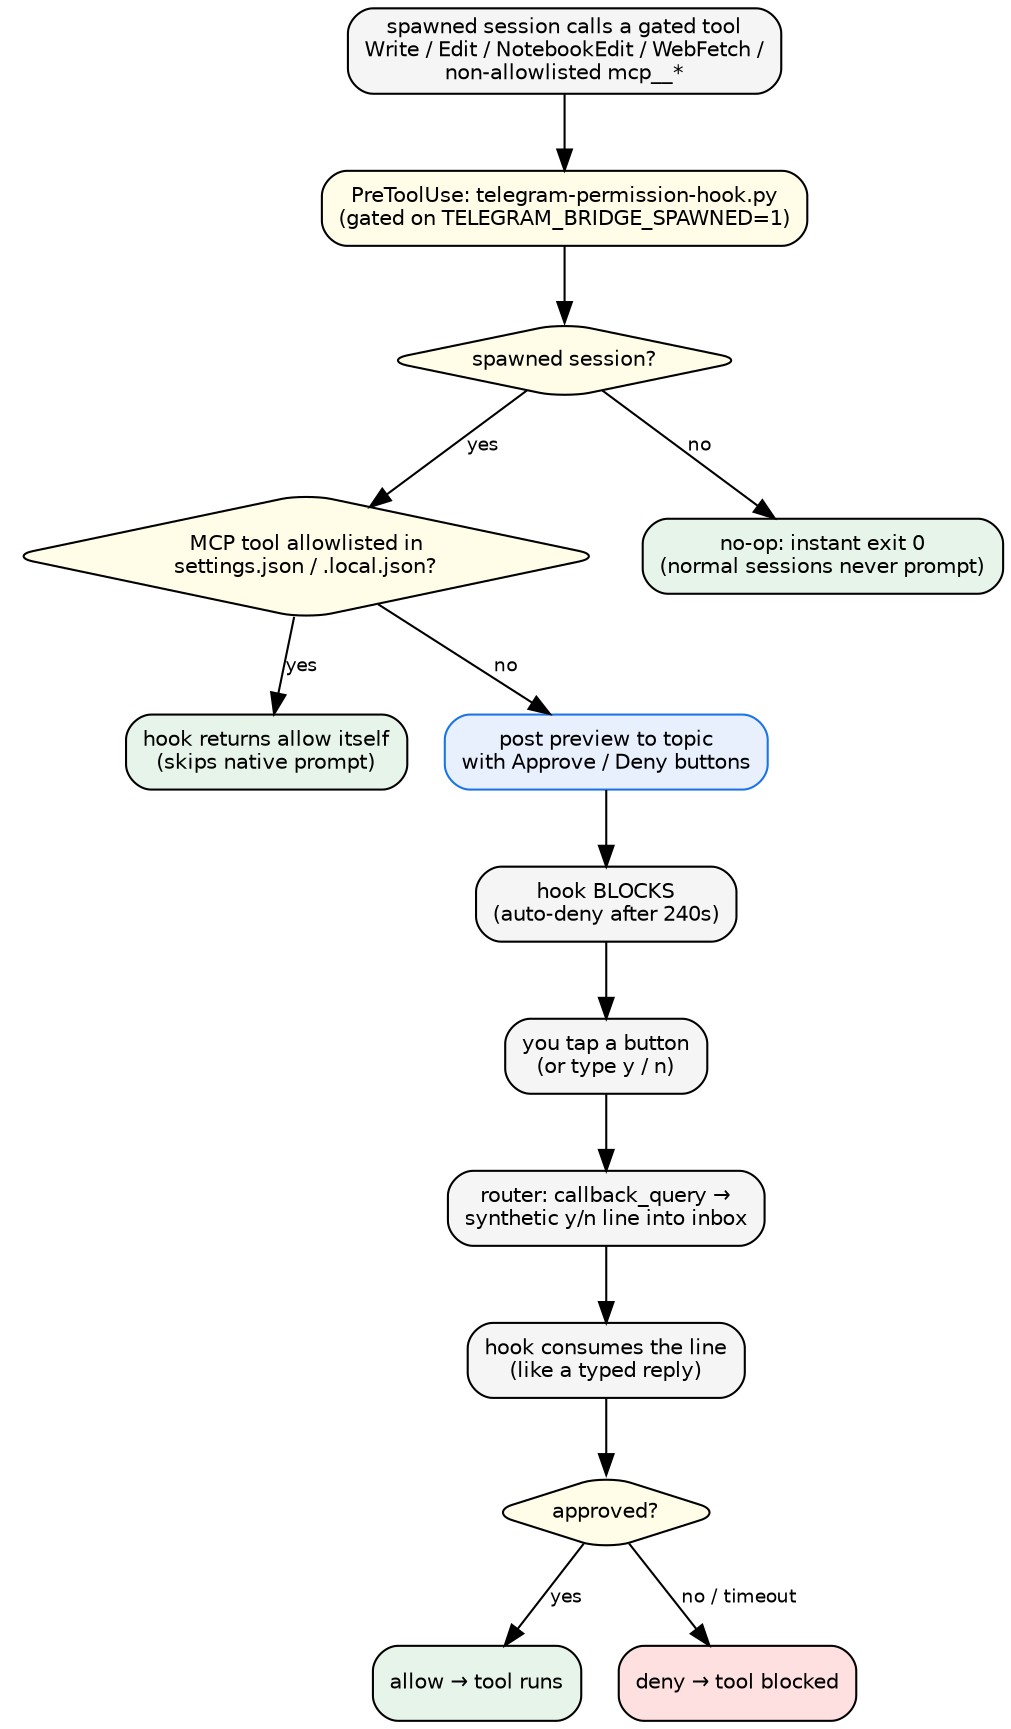
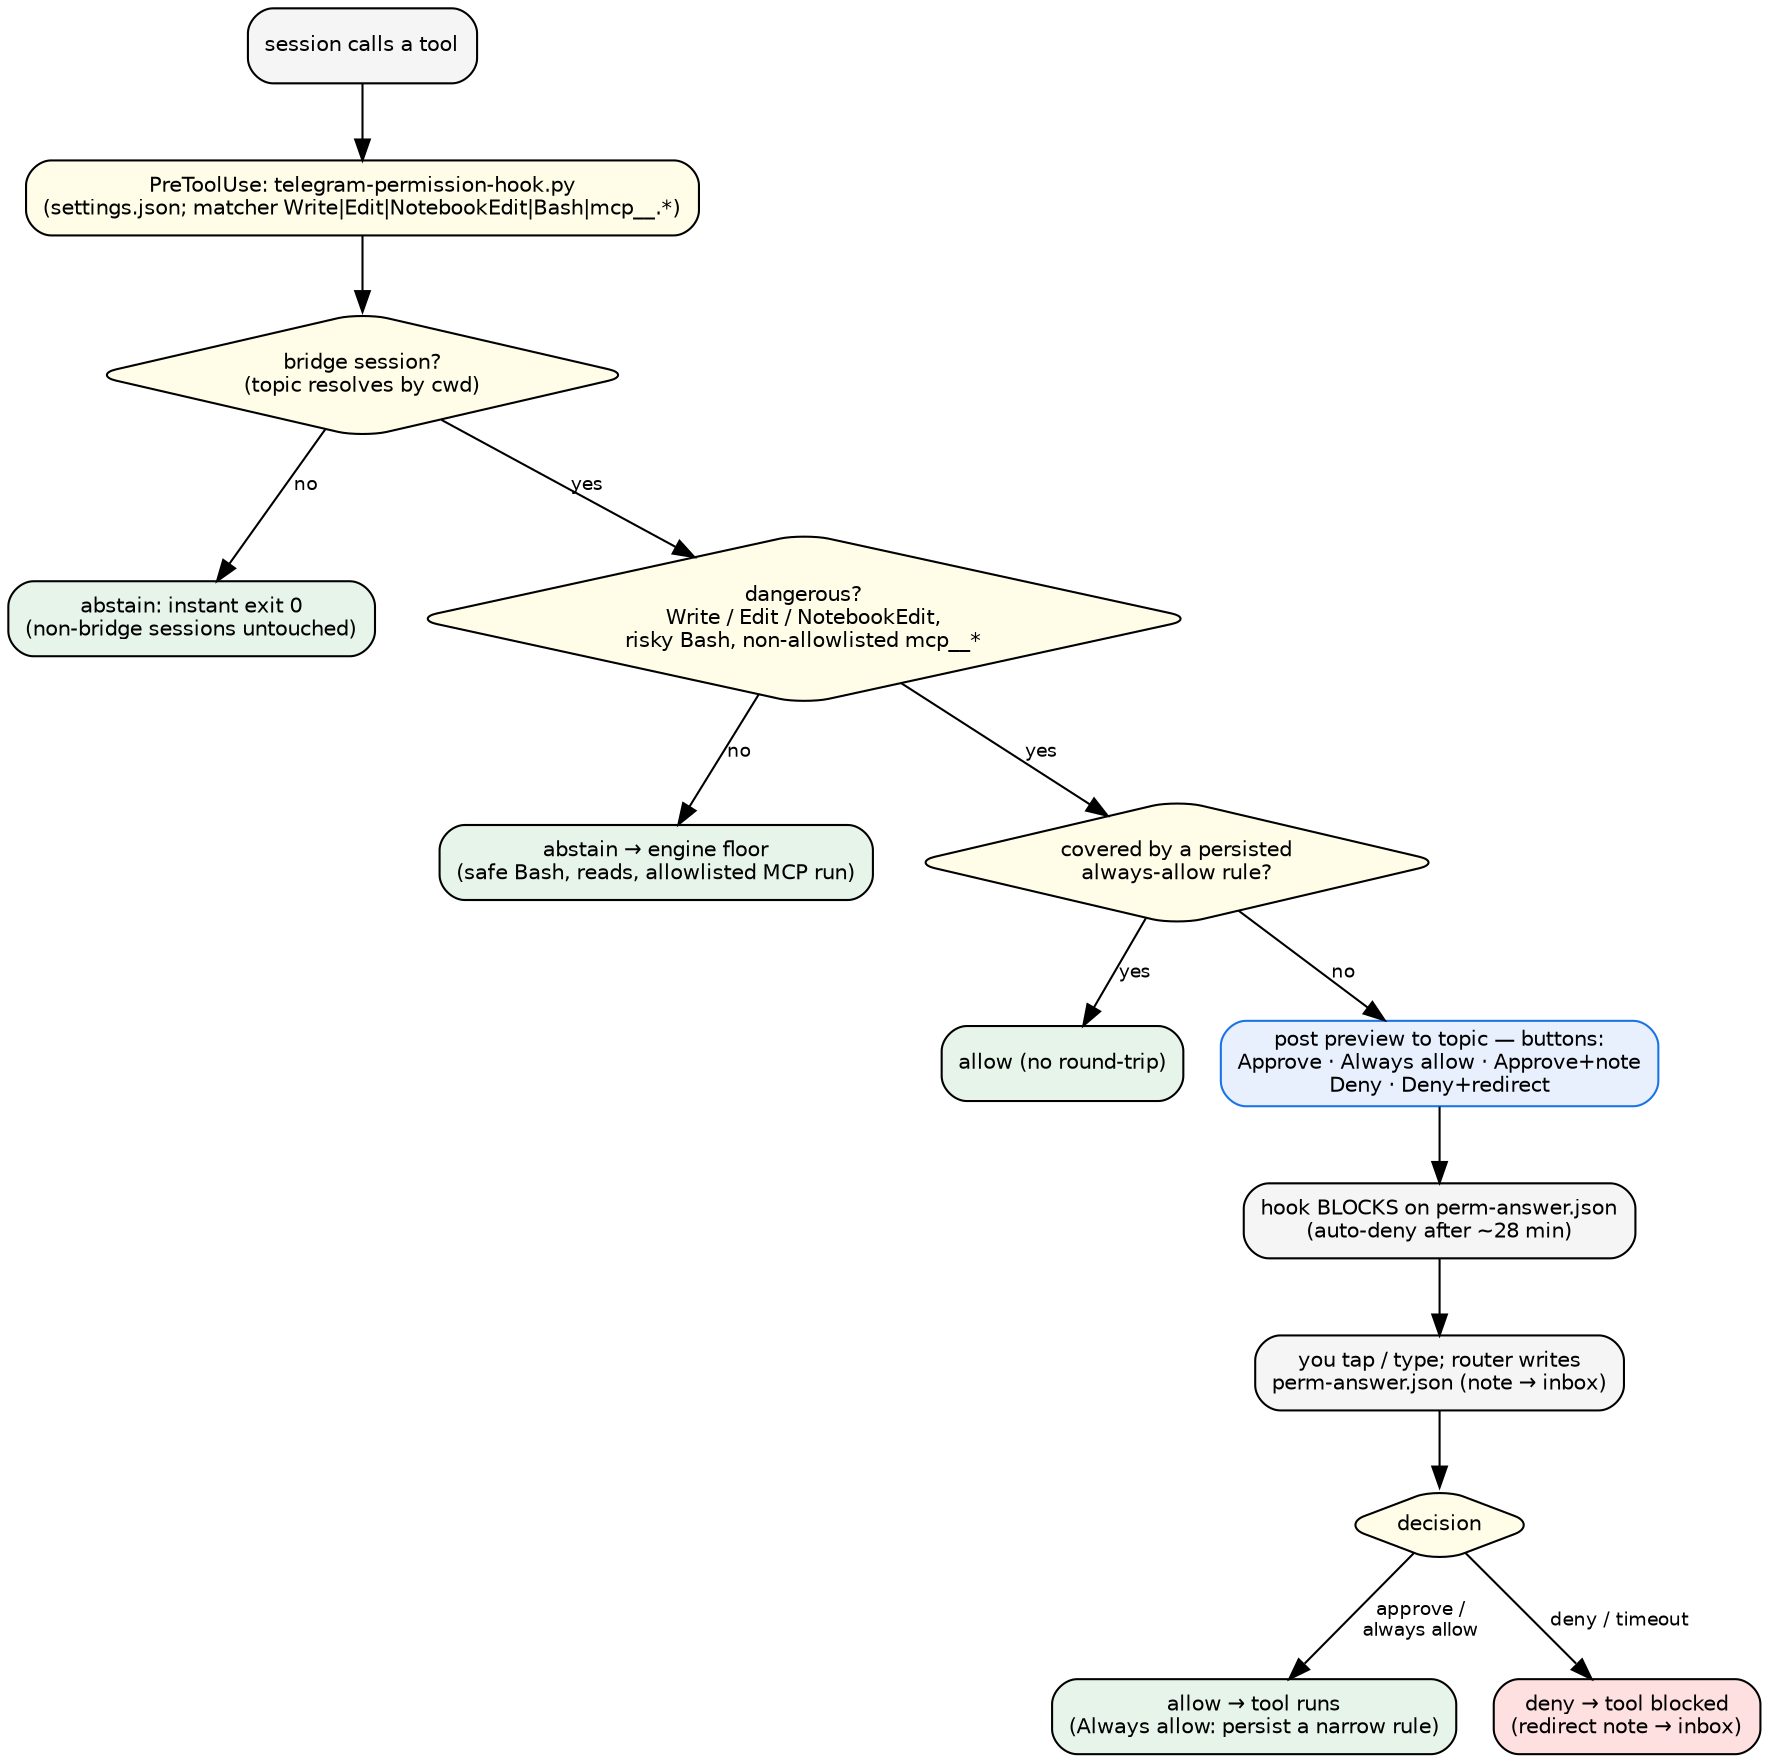
- // Tier-2 Permission Approval (spawned_mode: "ask")
- // An unattended spawn can't show a local permission prompt — it would hang the
- // pane. The PreToolUse hook routes the decision to the topic as tappable buttons
- // and blocks until you answer (or auto-denies). Only fires for spawned sessions.
+ // Tier-2 Permission Approval (spawned_mode: "risk-tiered", the default)
+ // Applies to EVERY bridge session — a /new spawn or a /telegram-attached session
+ // alike. A dangerous tool call is routed to the topic as tappable buttons; the hook
+ // blocks until you answer (or auto-denies after ~28 min). The gate is
+ // bridge-MEMBERSHIP (the session's topic, resolved by cwd), not how it started.
//
// Render: dot -Tsvg permission-approval.dot -o permission-approval.svg

digraph permission_approval {
    rankdir=TB;
    fontname="Helvetica";
    node [fontname="Helvetica", fontsize=10, shape=box, style="rounded,filled", fillcolor="#f5f5f5"];
    edge [fontname="Helvetica", fontsize=9];

-     tool   [label="spawned session calls a gated tool\nWrite / Edit / NotebookEdit / WebFetch /\nnon-allowlisted mcp__*"];
-     hook   [label="PreToolUse: telegram-permission-hook.py\n(gated on TELEGRAM_BRIDGE_SPAWNED=1)", fillcolor="#fffde7"];
+     tool      [label="session calls a tool"];
+     hook      [label="PreToolUse: telegram-permission-hook.py\n(settings.json; matcher Write|Edit|NotebookEdit|Bash|mcp__.*)", fillcolor="#fffde7"];

-     spawned[label="spawned session?", shape=diamond, fillcolor="#fffde7"];
-     allowl [label="MCP tool allowlisted in\nsettings.json / .local.json?", shape=diamond, fillcolor="#fffde7"];
-     noop   [label="no-op: instant exit 0\n(normal sessions never prompt)", fillcolor="#e6f4ea"];
-     autoallow[label="hook returns allow itself\n(skips native prompt)", fillcolor="#e6f4ea"];
+     bridge    [label="bridge session?\n(topic resolves by cwd)", shape=diamond, fillcolor="#fffde7"];
+     noop      [label="abstain: instant exit 0\n(non-bridge sessions untouched)", fillcolor="#e6f4ea"];

-     post   [label="post preview to topic\nwith Approve / Deny buttons", fillcolor="#e8f0fe", color="#1a73e8"];
-     block  [label="hook BLOCKS\n(auto-deny after 240s)"];
-     tap    [label="you tap a button\n(or type y / n)"];
-     cb     [label="router: callback_query →\nsynthetic y/n line into inbox"];
-     consume[label="hook consumes the line\n(like a typed reply)"];
+     gated     [label="dangerous?\nWrite / Edit / NotebookEdit,\nrisky Bash, non-allowlisted mcp__*", shape=diamond, fillcolor="#fffde7"];
+     floor     [label="abstain → engine floor\n(safe Bash, reads, allowlisted MCP run)", fillcolor="#e6f4ea"];

-     decide [label="approved?", shape=diamond, fillcolor="#fffde7"];
-     allow  [label="allow → tool runs", fillcolor="#e6f4ea"];
-     deny   [label="deny → tool blocked", fillcolor="#ffe0e0"];
+     persisted [label="covered by a persisted\nalways-allow rule?", shape=diamond, fillcolor="#fffde7"];
+     allowrule [label="allow (no round-trip)", fillcolor="#e6f4ea"];

-     tool -> hook -> spawned;
-     spawned -> noop      [label="no"];
-     spawned -> allowl    [label="yes"];
-     allowl -> autoallow  [label="yes"];
-     allowl -> post       [label="no"];
-     post -> block -> tap -> cb -> consume -> decide;
-     decide -> allow [label="yes"];
-     decide -> deny  [label="no / timeout"];
+     post      [label="post preview to topic — buttons:\nApprove · Always allow · Approve+note\nDeny · Deny+redirect", fillcolor="#e8f0fe", color="#1a73e8"];
+     block     [label="hook BLOCKS on perm-answer.json\n(auto-deny after ~28 min)"];
+     answer    [label="you tap / type; router writes\nperm-answer.json (note → inbox)"];
+ 
+     decide    [label="decision", shape=diamond, fillcolor="#fffde7"];
+     allow     [label="allow → tool runs\n(Always allow: persist a narrow rule)", fillcolor="#e6f4ea"];
+     deny      [label="deny → tool blocked\n(redirect note → inbox)", fillcolor="#ffe0e0"];
+ 
+     tool -> hook -> bridge;
+     bridge -> noop      [label="no"];
+     bridge -> gated     [label="yes"];
+     gated -> floor      [label="no"];
+     gated -> persisted  [label="yes"];
+     persisted -> allowrule [label="yes"];
+     persisted -> post      [label="no"];
+     post -> block -> answer -> decide;
+     decide -> allow [label="approve /\nalways allow"];
+     decide -> deny  [label="deny / timeout"];
}
